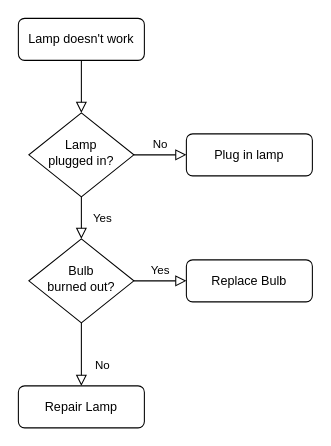
Above: test_taska/bot/utils/Untitled Diagram.drawio in DanyaSh/test_taska (draw.io), before the change. Source tidied: cells renumbered, new cells numbered last; positions are measured from the earlier drawing's top-left corner, leaving out a move shared by most shapes. Both pictures are drawn from the tidied source at 105%, with x=0, y=0 at pixel (18, 18).
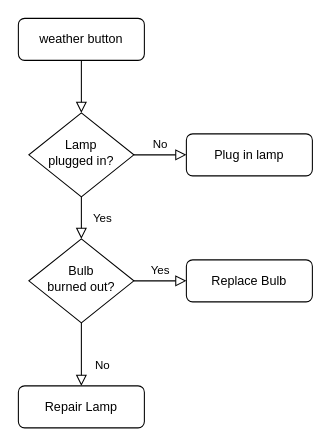
The same page after the edit.

Change to the diagram source:
```diff
@@
 <mxGraphModel>
   <root>
     <mxCell id="0" />
     <mxCell id="1" parent="0" />
     <mxCell id="2" style="rounded=0;html=1;jettySize=auto;fontSize=11;endArrow=block;endFill=0;endSize=8;strokeWidth=1;shadow=0;labelBackgroundColor=none;edgeStyle=orthogonalEdgeStyle;" parent="1" edge="1" source="3" target="6">
       <mxGeometry relative="1" as="geometry" />
     </mxCell>
-    <mxCell id="3" value="Lamp doesn't work" style="rounded=1;whiteSpace=wrap;html=1;fontSize=12;glass=0;strokeWidth=1;shadow=0;" parent="1" vertex="1">
+    <mxCell id="3" value="weather button" style="rounded=1;whiteSpace=wrap;html=1;fontSize=12;glass=0;strokeWidth=1;shadow=0;" parent="1" vertex="1">
       <mxGeometry width="120" height="40" as="geometry" />
     </mxCell>
     <mxCell id="4" value="Yes" style="rounded=0;html=1;jettySize=auto;fontSize=11;endArrow=block;endFill=0;endSize=8;strokeWidth=1;shadow=0;labelBackgroundColor=none;edgeStyle=orthogonalEdgeStyle;" parent="1" edge="1" source="6" target="10">
       <mxGeometry y="20" relative="1" as="geometry" />
     </mxCell>
     <mxCell id="5" value="No" style="edgeStyle=orthogonalEdgeStyle;rounded=0;html=1;jettySize=auto;fontSize=11;endArrow=block;endFill=0;endSize=8;strokeWidth=1;shadow=0;labelBackgroundColor=none;" parent="1" edge="1" source="6" target="7">
       <mxGeometry y="10" relative="1" as="geometry" />
     </mxCell>
     <mxCell id="6" value="Lamp&lt;br&gt;plugged in?" style="rhombus;whiteSpace=wrap;html=1;shadow=0;fontFamily=Helvetica;fontSize=12;align=center;strokeWidth=1;spacing=6;spacingTop=-4;" parent="1" vertex="1">
       <mxGeometry x="10" y="90" width="100" height="80" as="geometry" />
     </mxCell>
     <mxCell id="7" value="Plug in lamp" style="rounded=1;whiteSpace=wrap;html=1;fontSize=12;glass=0;strokeWidth=1;shadow=0;" parent="1" vertex="1">
       <mxGeometry x="160" y="110" width="120" height="40" as="geometry" />
     </mxCell>
     <mxCell id="8" value="No" style="rounded=0;html=1;jettySize=auto;fontSize=11;endArrow=block;endFill=0;endSize=8;strokeWidth=1;shadow=0;labelBackgroundColor=none;edgeStyle=orthogonalEdgeStyle;" parent="1" edge="1" source="10" target="11">
       <mxGeometry x="0.33" y="20" relative="1" as="geometry" />
     </mxCell>
     <mxCell id="9" value="Yes" style="edgeStyle=orthogonalEdgeStyle;rounded=0;html=1;jettySize=auto;fontSize=11;endArrow=block;endFill=0;endSize=8;strokeWidth=1;shadow=0;labelBackgroundColor=none;" parent="1" edge="1" source="10" target="12">
       <mxGeometry y="10" relative="1" as="geometry" />
     </mxCell>
     <mxCell id="10" value="Bulb&lt;br&gt;burned out?" style="rhombus;whiteSpace=wrap;html=1;shadow=0;fontFamily=Helvetica;fontSize=12;align=center;strokeWidth=1;spacing=6;spacingTop=-4;" parent="1" vertex="1">
       <mxGeometry x="10" y="210" width="100" height="80" as="geometry" />
     </mxCell>
     <mxCell id="11" value="Repair Lamp" style="rounded=1;whiteSpace=wrap;html=1;fontSize=12;glass=0;strokeWidth=1;shadow=0;" parent="1" vertex="1">
       <mxGeometry y="350" width="120" height="40" as="geometry" />
     </mxCell>
     <mxCell id="12" value="Replace Bulb" style="rounded=1;whiteSpace=wrap;html=1;fontSize=12;glass=0;strokeWidth=1;shadow=0;" parent="1" vertex="1">
       <mxGeometry x="160" y="230" width="120" height="40" as="geometry" />
     </mxCell>
   </root>
 </mxGraphModel>
```
